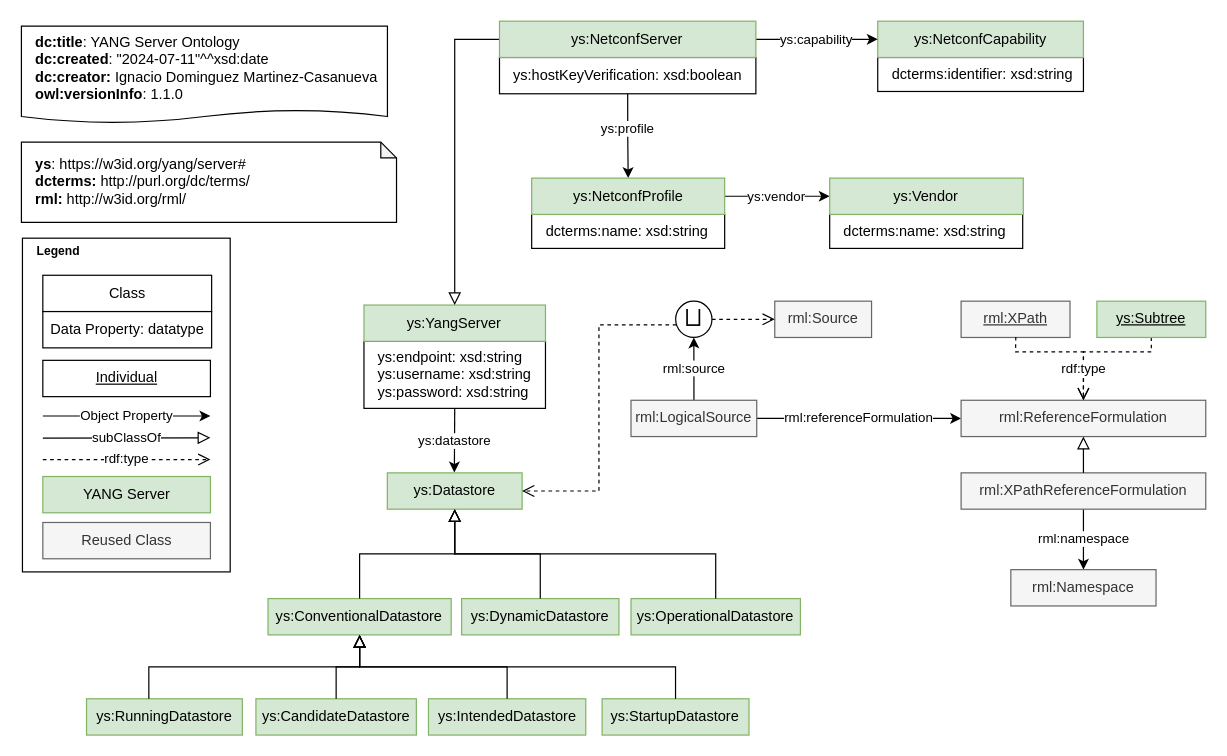
The draw.io diagram page "rml-io" (3 of 5) of diagrams/yang-server.drawio in candil-data-fabric/yang-server-ontology, before the edit. Source tidied: cells renumbered, new cells numbered last; positions are measured from the earlier drawing's top-left corner, leaving out a move shared by most shapes. Both pictures are drawn from the tidied source at 121%, with x=0, y=0 at pixel (-41, 21).
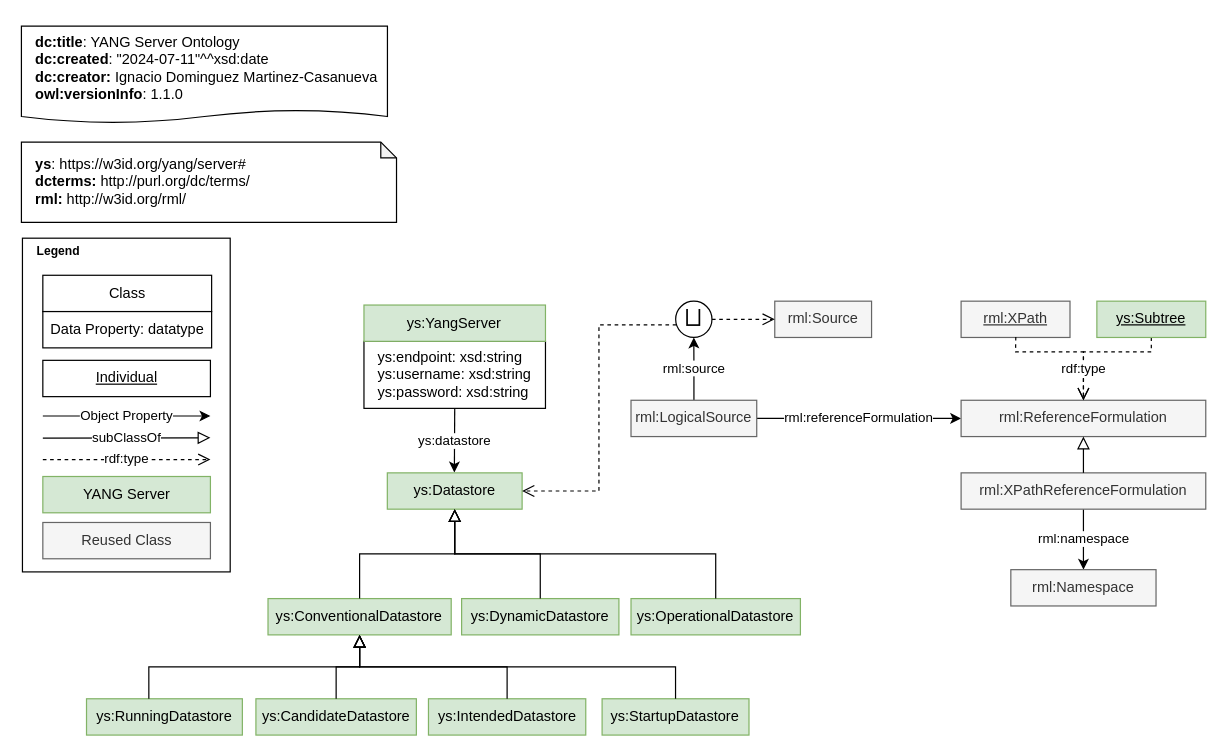
The same page after the edit.

Unchanged cells that the change refers to:
```xml
<mxCell id="16" value="ys:YangServer" style="rounded=0;whiteSpace=wrap;html=1;snapToPoint=1;points=[[0.1,0],[0.2,0],[0.3,0],[0.4,0],[0.5,0],[0.6,0],[0.7,0],[0.8,0],[0.9,0],[0,0.1],[0,0.3],[0,0.5],[0,0.7],[0,0.9],[0.1,1],[0.2,1],[0.3,1],[0.4,1],[0.5,1],[0.6,1],[0.7,1],[0.8,1],[0.9,1],[1,0.1],[1,0.3],[1,0.5],[1,0.7],[1,0.9]];fillColor=#d5e8d4;strokeColor=#82b366;" parent="1" vertex="1">
  <mxGeometry x="334.3" y="234.6" width="150" height="30" as="geometry" />
</mxCell>
```

What changed in the source:
```diff
@@
-    <mxCell id="15" value="ys:profile" style="edgeStyle=orthogonalEdgeStyle;rounded=0;jettySize=auto;html=1;exitX=0.5;exitY=1;exitDx=0;exitDy=0;entryX=0.5;entryY=0;entryDx=0;entryDy=0;" parent="1" edge="1" source="27" target="23">
-      <mxGeometry x="-0.17" relative="1" as="geometry" />
-    </mxCell>
@@
-    <mxCell id="17" value="ys:vendor" style="edgeStyle=orthogonalEdgeStyle;rounded=0;jettySize=auto;html=1;entryX=0;entryY=0.5;entryDx=0;entryDy=0;exitX=1;exitY=0.5;exitDx=0;exitDy=0;" parent="1" edge="1" source="23" target="22">
-      <mxGeometry relative="1" as="geometry" />
-    </mxCell>
-    <mxCell id="18" style="endArrow=block;html=1;fontColor=#000099;endFill=0;entryX=0.5;entryY=0;entryDx=0;entryDy=0;endSize=8;arcSize=0;rounded=0;edgeStyle=orthogonalEdgeStyle;exitX=0;exitY=0.5;exitDx=0;exitDy=0;" parent="1" edge="1" source="28" target="16">
-      <mxGeometry relative="1" as="geometry">
-        <Array as="points">
-          <mxPoint x="409" y="15" />
-          <mxPoint x="409" y="235" />
-        </Array>
-      </mxGeometry>
-    </mxCell>
@@
-    <mxCell id="20" value="&lt;div&gt;dcterms:name: xsd:string&lt;/div&gt;" style="rounded=0;whiteSpace=wrap;html=1;align=left;spacingLeft=10;" parent="1" vertex="1">
-      <mxGeometry x="472.9" y="159.7" width="159.5" height="28.1" as="geometry" />
-    </mxCell>
-    <mxCell id="21" value="&lt;div&gt;dcterms:name: xsd:string&lt;/div&gt;" style="rounded=0;whiteSpace=wrap;html=1;align=left;spacingLeft=10;" parent="1" vertex="1">
-      <mxGeometry x="719.2" y="159.7" width="159.5" height="28.1" as="geometry" />
-    </mxCell>
-    <mxCell id="22" value="ys:Vendor" style="rounded=0;whiteSpace=wrap;html=1;snapToPoint=1;points=[[0.1,0],[0.2,0],[0.3,0],[0.4,0],[0.5,0],[0.6,0],[0.7,0],[0.8,0],[0.9,0],[0,0.1],[0,0.3],[0,0.5],[0,0.7],[0,0.9],[0.1,1],[0.2,1],[0.3,1],[0.4,1],[0.5,1],[0.6,1],[0.7,1],[0.8,1],[0.9,1],[1,0.1],[1,0.3],[1,0.5],[1,0.7],[1,0.9]];fillColor=#d5e8d4;strokeColor=#82b366;" parent="1" vertex="1">
-      <mxGeometry x="719.2" y="129.7" width="160" height="30" as="geometry" />
-    </mxCell>
-    <mxCell id="23" value="ys:NetconfProfile" style="rounded=0;whiteSpace=wrap;html=1;snapToPoint=1;points=[[0.1,0],[0.2,0],[0.3,0],[0.4,0],[0.5,0],[0.6,0],[0.7,0],[0.8,0],[0.9,0],[0,0.1],[0,0.3],[0,0.5],[0,0.7],[0,0.9],[0.1,1],[0.2,1],[0.3,1],[0.4,1],[0.5,1],[0.6,1],[0.7,1],[0.8,1],[0.9,1],[1,0.1],[1,0.3],[1,0.5],[1,0.7],[1,0.9]];fillColor=#d5e8d4;strokeColor=#82b366;" parent="1" vertex="1">
-      <mxGeometry x="472.9" y="129.7" width="159.5" height="30" as="geometry" />
-    </mxCell>
-    <mxCell id="24" value="&lt;div&gt;dcterms:identifier: xsd:string&lt;/div&gt;" style="rounded=0;whiteSpace=wrap;html=1;align=left;spacingLeft=10;" parent="1" vertex="1">
-      <mxGeometry x="758.9" y="30" width="170" height="28.1" as="geometry" />
-    </mxCell>
-    <mxCell id="25" value="ys:NetconfCapability" style="rounded=0;whiteSpace=wrap;html=1;snapToPoint=1;points=[[0.1,0],[0.2,0],[0.3,0],[0.4,0],[0.5,0],[0.6,0],[0.7,0],[0.8,0],[0.9,0],[0,0.1],[0,0.3],[0,0.5],[0,0.7],[0,0.9],[0.1,1],[0.2,1],[0.3,1],[0.4,1],[0.5,1],[0.6,1],[0.7,1],[0.8,1],[0.9,1],[1,0.1],[1,0.3],[1,0.5],[1,0.7],[1,0.9]];fillColor=#d5e8d4;strokeColor=#82b366;" parent="1" vertex="1">
-      <mxGeometry x="758.9" width="170" height="30" as="geometry" />
-    </mxCell>
-    <mxCell id="26" value="ys:capability" style="edgeStyle=orthogonalEdgeStyle;rounded=0;jettySize=auto;html=1;exitX=1;exitY=0.5;exitDx=0;exitDy=0;entryX=0;entryY=0.5;entryDx=0;entryDy=0;" parent="1" edge="1" source="28" target="25">
-      <mxGeometry relative="1" as="geometry" />
-    </mxCell>
-    <mxCell id="27" value="&lt;div&gt;ys:hostKeyVerification: xsd:boolean&lt;/div&gt;" style="rounded=0;whiteSpace=wrap;html=1;snapToPoint=1;points=[[0.1,0],[0.2,0],[0.3,0],[0.4,0],[0.5,0],[0.6,0],[0.7,0],[0.8,0],[0.9,0],[0,0.1],[0,0.3],[0,0.5],[0,0.7],[0,0.9],[0.1,1],[0.2,1],[0.3,1],[0.4,1],[0.5,1],[0.6,1],[0.7,1],[0.8,1],[0.9,1],[1,0.1],[1,0.3],[1,0.5],[1,0.7],[1,0.9]];align=left;spacingLeft=10;" parent="1" vertex="1">
-      <mxGeometry x="446.3" y="30" width="211.9" height="30" as="geometry" />
-    </mxCell>
-    <mxCell id="28" value="ys:NetconfServer" style="rounded=0;whiteSpace=wrap;html=1;snapToPoint=1;points=[[0.1,0],[0.2,0],[0.3,0],[0.4,0],[0.5,0],[0.6,0],[0.7,0],[0.8,0],[0.9,0],[0,0.1],[0,0.3],[0,0.5],[0,0.7],[0,0.9],[0.1,1],[0.2,1],[0.3,1],[0.4,1],[0.5,1],[0.6,1],[0.7,1],[0.8,1],[0.9,1],[1,0.1],[1,0.3],[1,0.5],[1,0.7],[1,0.9]];fillColor=#d5e8d4;strokeColor=#82b366;" parent="1" vertex="1">
-      <mxGeometry x="446.3" width="211.9" height="30" as="geometry" />
-    </mxCell>
```
